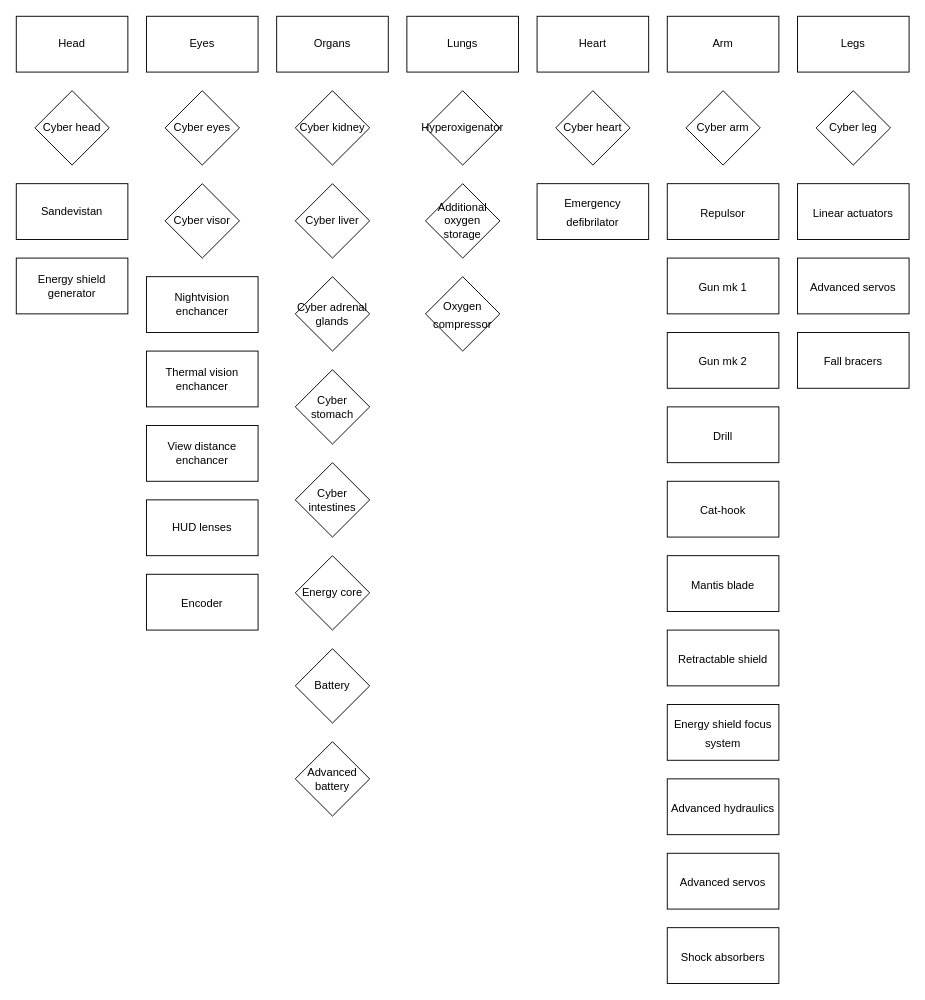
Above: page "Cyberware" (9 of 9) of SynchromaProgression.drawio in x3rdev/Synchroma (draw.io), before the change. Source tidied: cells renumbered, new cells numbered last; positions are measured from the earlier drawing's top-left corner, leaving out a move shared by most shapes. Both pictures are drawn from the tidied source at 93%, with x=0, y=0 at pixel (16, 16).
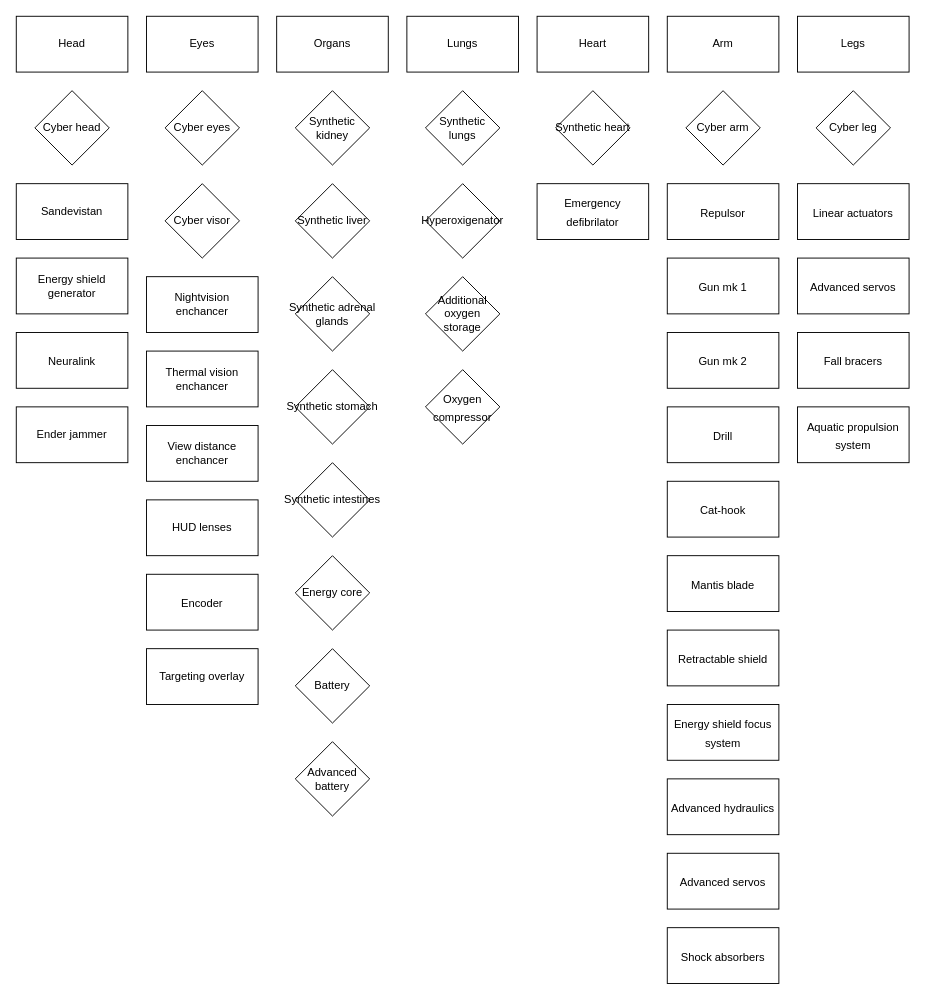
Above is the later version.

The edit, as a diff of the source:
```diff
@@
-    <mxCell id="18" value="Cyber kidney" style="rhombus;whiteSpace=wrap;html=1;fontSize=12;" parent="1" vertex="1">
-      <mxGeometry x="300" y="80" width="80" height="80" as="geometry" />
-    </mxCell>
-    <mxCell id="19" value="Cyber liver" style="rhombus;whiteSpace=wrap;html=1;fontSize=12;" parent="1" vertex="1">
-      <mxGeometry x="300" y="180" width="80" height="80" as="geometry" />
-    </mxCell>
-    <mxCell id="20" value="Cyber adrenal glands" style="rhombus;whiteSpace=wrap;html=1;fontSize=12;" parent="1" vertex="1">
-      <mxGeometry x="300" y="280" width="80" height="80" as="geometry" />
-    </mxCell>
-    <mxCell id="21" value="Cyber stomach" style="rhombus;whiteSpace=wrap;html=1;fontSize=12;" parent="1" vertex="1">
-      <mxGeometry x="300" y="380" width="80" height="80" as="geometry" />
-    </mxCell>
-    <mxCell id="22" value="Cyber intestines" style="rhombus;whiteSpace=wrap;html=1;fontSize=12;" parent="1" vertex="1">
-      <mxGeometry x="300" y="480" width="80" height="80" as="geometry" />
-    </mxCell>
+    <mxCell id="48" value="Synthetic kidney" style="rhombus;whiteSpace=wrap;html=1;fontSize=12;" parent="1" vertex="1">
+      <mxGeometry x="300" y="80" width="80" height="80" as="geometry" />
+    </mxCell>
+    <mxCell id="49" value="Synthetic&amp;nbsp;liver" style="rhombus;whiteSpace=wrap;html=1;fontSize=12;" parent="1" vertex="1">
+      <mxGeometry x="300" y="180" width="80" height="80" as="geometry" />
+    </mxCell>
+    <mxCell id="50" value="Synthetic&amp;nbsp;adrenal glands" style="rhombus;whiteSpace=wrap;html=1;fontSize=12;" parent="1" vertex="1">
+      <mxGeometry x="300" y="280" width="80" height="80" as="geometry" />
+    </mxCell>
+    <mxCell id="51" value="Synthetic&amp;nbsp;stomach" style="rhombus;whiteSpace=wrap;html=1;fontSize=12;" parent="1" vertex="1">
+      <mxGeometry x="300" y="380" width="80" height="80" as="geometry" />
+    </mxCell>
+    <mxCell id="52" value="Synthetic&amp;nbsp;intestines" style="rhombus;whiteSpace=wrap;html=1;fontSize=12;" parent="1" vertex="1">
+      <mxGeometry x="300" y="480" width="80" height="80" as="geometry" />
+    </mxCell>
@@
     <mxCell id="26" value="Hyperoxigenator" style="rhombus;whiteSpace=wrap;html=1;fontSize=12;" parent="1" vertex="1">
-      <mxGeometry x="440" y="80" width="80" height="80" as="geometry" />
+      <mxGeometry x="440" y="180" width="80" height="80" as="geometry" />
     </mxCell>
     <mxCell id="27" value="Additional oxygen storage" style="rhombus;whiteSpace=wrap;html=1;fontSize=12;" parent="1" vertex="1">
-      <mxGeometry x="440" y="180" width="80" height="80" as="geometry" />
+      <mxGeometry x="440" y="280" width="80" height="80" as="geometry" />
     </mxCell>
     <mxCell id="28" value="&lt;font style=&quot;font-size: 12px;&quot;&gt;Oxygen compressor&lt;/font&gt;" style="rhombus;whiteSpace=wrap;html=1;fontSize=16;" parent="1" vertex="1">
-      <mxGeometry x="440" y="280" width="80" height="80" as="geometry" />
+      <mxGeometry x="440" y="380" width="80" height="80" as="geometry" />
     </mxCell>
-    <mxCell id="29" value="Cyber heart" style="rhombus;whiteSpace=wrap;html=1;fontSize=12;" parent="1" vertex="1">
-      <mxGeometry x="580" y="80" width="80" height="80" as="geometry" />
-    </mxCell>
+    <mxCell id="53" value="Synthetic&amp;nbsp;heart" style="rhombus;whiteSpace=wrap;html=1;fontSize=12;" parent="1" vertex="1">
+      <mxGeometry x="580" y="80" width="80" height="80" as="geometry" />
+    </mxCell>
@@
+    <mxCell id="54" value="&lt;font style=&quot;font-size: 12px;&quot;&gt;Neuralink&lt;/font&gt;" style="rounded=0;whiteSpace=wrap;html=1;fontSize=16;" parent="1" vertex="1">
+      <mxGeometry y="340" width="120" height="60" as="geometry" />
+    </mxCell>
+    <mxCell id="55" value="Targeting overlay" style="rounded=0;whiteSpace=wrap;html=1;fontSize=12;" parent="1" vertex="1">
+      <mxGeometry x="140" y="680" width="120" height="60" as="geometry" />
+    </mxCell>
+    <mxCell id="56" value="Synthetic lungs" style="rhombus;whiteSpace=wrap;html=1;fontSize=12;" parent="1" vertex="1">
+      <mxGeometry x="440" y="80" width="80" height="80" as="geometry" />
+    </mxCell>
+    <mxCell id="57" value="&lt;font style=&quot;font-size: 12px;&quot;&gt;Aquatic propulsion system&lt;/font&gt;" style="rounded=0;whiteSpace=wrap;html=1;fontSize=16;" parent="1" vertex="1">
+      <mxGeometry x="840" y="420" width="120" height="60" as="geometry" />
+    </mxCell>
+    <mxCell id="58" value="Ender jammer" style="rounded=0;whiteSpace=wrap;html=1;fontSize=12;" parent="1" vertex="1">
+      <mxGeometry y="420" width="120" height="60" as="geometry" />
+    </mxCell>
```
